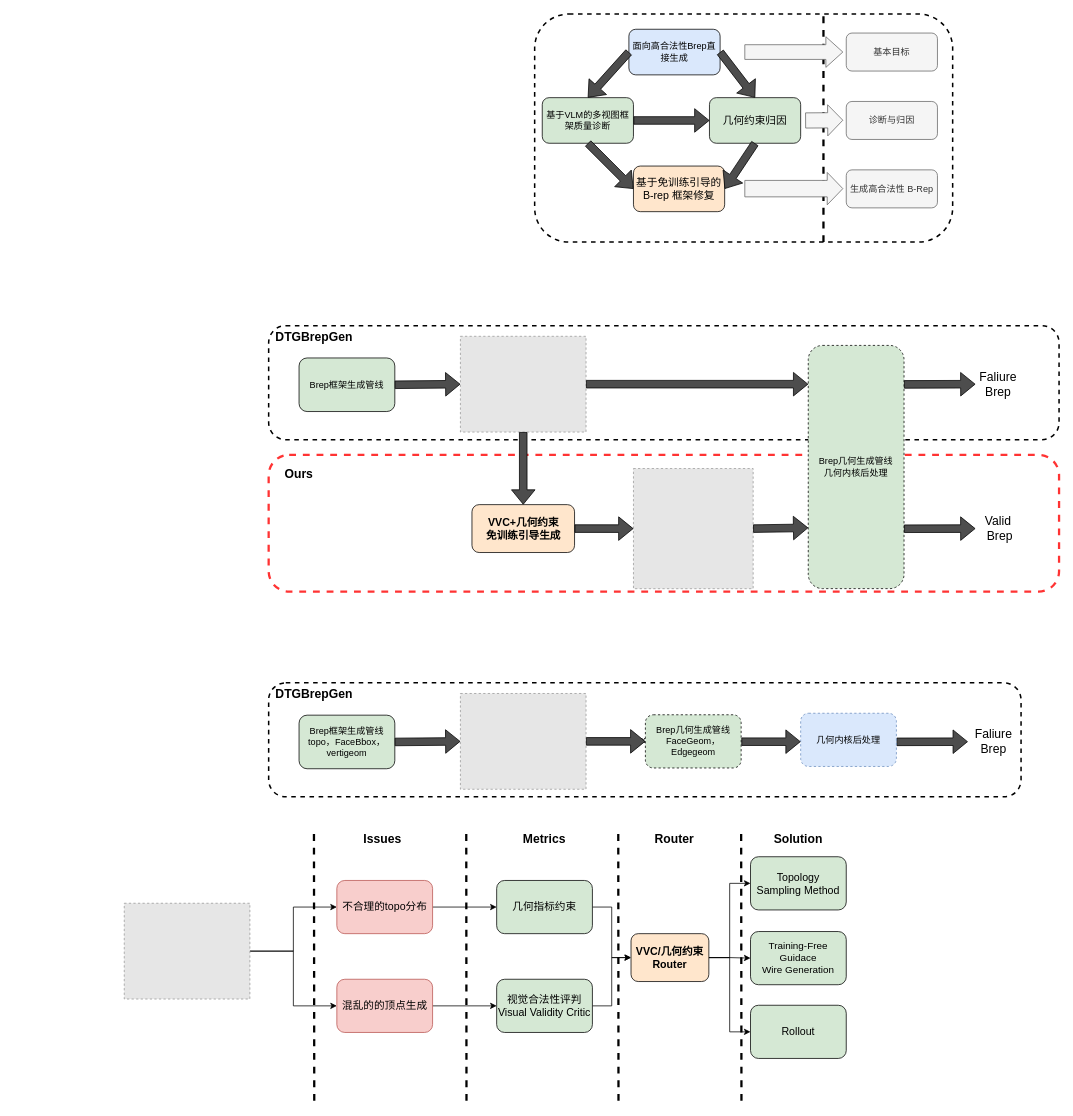
This is 研究生开题报告.drawio from spaceboy202105/img, a draw.io file, before an edit. Source tidied: cells renumbered, new cells numbered last; positions are measured from the earlier drawing's top-left corner, leaving out a move shared by most shapes. Both pictures are drawn from the tidied source at 76%, with x=0, y=0 at pixel (124, 14). Pictures stored in the file or linked from it are replaced by grey dashed boxes.
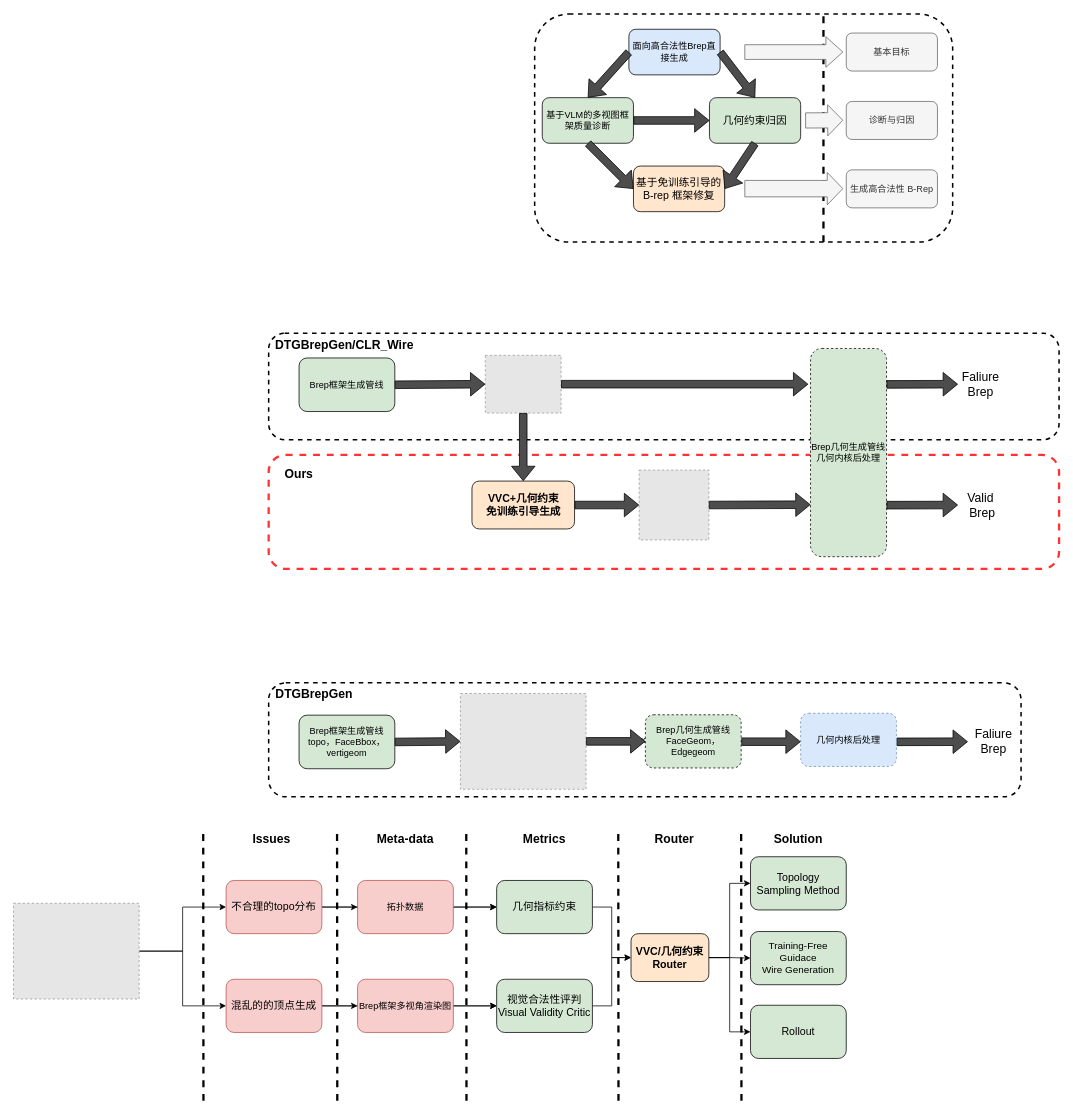
After the change.

Commit message (it also covers changes not shown here):
更新研究生开题报告.drawio

Unchanged cells that the change refers to:
```xml
<mxCell id="56" value="&lt;font style=&quot;font-size: 14px;&quot;&gt;几何指标约束&lt;/font&gt;" style="rounded=1;whiteSpace=wrap;html=1;fillColor=#d5e8d4;strokeColor=#000000;" parent="1" vertex="1">
  <mxGeometry x="490" y="1140" width="126" height="70" as="geometry" />
</mxCell>
<mxCell id="58" value="&lt;font style=&quot;font-size: 14px;&quot;&gt;视觉合法性评判&lt;br&gt;Visual Validity Critic&lt;/font&gt;" style="rounded=1;whiteSpace=wrap;html=1;fillColor=#d5e8d4;strokeColor=#000000;" parent="1" vertex="1">
  <mxGeometry x="490" y="1270" width="126" height="70" as="geometry" />
</mxCell>
```

What changed in the source:
```diff
@@
     <mxCell id="2" style="rounded=1;whiteSpace=wrap;html=1;fillColor=none;strokeColor=#000000;dashed=1;strokeWidth=2;" parent="1" vertex="1">
-      <mxGeometry x="190" y="410" width="1040" height="150" as="geometry" />
+      <mxGeometry x="190" y="420" width="1040" height="140" as="geometry" />
     </mxCell>
     <mxCell id="3" style="rounded=1;whiteSpace=wrap;html=1;fillColor=none;strokeColor=#FF3333;dashed=1;strokeWidth=3;" parent="1" vertex="1">
-      <mxGeometry x="190" y="580" width="1040" height="180" as="geometry" />
+      <mxGeometry x="190" y="580" width="1040" height="150" as="geometry" />
     </mxCell>
@@
     <mxCell id="22" style="fillColor=#E6E6E6;strokeColor=#999999;dashed=1;verticalLabelPosition=bottom;labelBackgroundColor=default;verticalAlign=top;" parent="1" vertex="1">
-      <mxGeometry x="442.3" y="424" width="165.3" height="126" as="geometry" />
+      <mxGeometry x="475.1" y="449" width="99.7" height="76" as="geometry" />
     </mxCell>
     <mxCell id="23" style="fillColor=#E6E6E6;strokeColor=#999999;dashed=1;verticalLabelPosition=bottom;labelBackgroundColor=default;verticalAlign=top;" parent="1" vertex="1">
-      <mxGeometry x="670" y="598" width="157.5" height="158.1" as="geometry" />
+      <mxGeometry x="677.5" y="600" width="91.7" height="92" as="geometry" />
     </mxCell>
     <mxCell id="24" value="&lt;div style=&quot;&quot;&gt;&lt;span style=&quot;background-color: transparent; color: light-dark(rgb(0, 0, 0), rgb(255, 255, 255)); font-size: 14px;&quot;&gt;&lt;font face=&quot;宋体&quot;&gt;&lt;b&gt;VVC+几何约束&lt;/b&gt;&lt;/font&gt;&lt;/span&gt;&lt;/div&gt;&lt;div style=&quot;&quot;&gt;&lt;span style=&quot;background-color: transparent; color: light-dark(rgb(0, 0, 0), rgb(255, 255, 255)); font-size: 14px;&quot;&gt;&lt;font face=&quot;宋体&quot;&gt;&lt;b&gt;免训练引导生成&lt;/b&gt;&lt;/font&gt;&lt;/span&gt;&lt;/div&gt;" style="rounded=1;whiteSpace=wrap;html=1;fillColor=#ffe6cc;strokeColor=#000000;align=center;" parent="1" vertex="1">
-      <mxGeometry x="457.5" y="645.5" width="135" height="63" as="geometry" />
+      <mxGeometry x="457.5" y="614.5" width="135" height="63" as="geometry" />
     </mxCell>
@@
     <mxCell id="28" value="Brep几何生成管线&lt;div&gt;几何内核后处理&lt;/div&gt;" style="rounded=1;whiteSpace=wrap;html=1;fillColor=#d5e8d4;strokeColor=#000000;dashed=1;" parent="1" vertex="1">
-      <mxGeometry x="900" y="436" width="126" height="320" as="geometry" />
+      <mxGeometry x="903" y="440" width="100" height="274" as="geometry" />
     </mxCell>
@@
-    <mxCell id="32" value="&lt;font style=&quot;font-size: 16px;&quot;&gt;&lt;b&gt;DTGBrepGen&lt;/b&gt;&lt;/font&gt;" style="text;html=1;whiteSpace=wrap;strokeColor=none;fillColor=none;align=center;verticalAlign=middle;rounded=0;" parent="1" vertex="1">
-      <mxGeometry x="220" y="410" width="60" height="30" as="geometry" />
+    <mxCell id="32" value="&lt;font style=&quot;font-size: 16px;&quot;&gt;&lt;b&gt;DTGBrepGen/CLR_Wire&lt;/b&gt;&lt;/font&gt;" style="text;html=1;whiteSpace=wrap;strokeColor=none;fillColor=none;align=center;verticalAlign=middle;rounded=0;" parent="1" vertex="1">
+      <mxGeometry x="260" y="420" width="60" height="30" as="geometry" />
     </mxCell>
     <mxCell id="33" value="&lt;font style=&quot;font-size: 16px;&quot;&gt;Faliure Brep&lt;/font&gt;" style="text;html=1;whiteSpace=wrap;strokeColor=none;fillColor=none;align=center;verticalAlign=middle;rounded=0;" parent="1" vertex="1">
-      <mxGeometry x="1120" y="472" width="60" height="30" as="geometry" />
+      <mxGeometry x="1097" y="472" width="60" height="30" as="geometry" />
     </mxCell>
     <mxCell id="34" style="shape=flexArrow;endArrow=classic;html=1;rounded=0;fillColor=#4D4D4D;exitX=1;exitY=0.5;exitDx=0;exitDy=0;entryX=0;entryY=0.5;entryDx=0;entryDy=0;" parent="1" edge="1" target="33">
       <mxGeometry relative="1" as="geometry">
-        <mxPoint x="1026" y="487.3" as="sourcePoint" />
+        <mxPoint x="1003" y="487.3" as="sourcePoint" />
       </mxGeometry>
     </mxCell>
     <mxCell id="35" value="&lt;div&gt;&lt;span style=&quot;font-size: 16px;&quot;&gt;Valid&lt;/span&gt;&lt;/div&gt;&lt;font style=&quot;font-size: 16px;&quot;&gt;&amp;nbsp;Brep&lt;/font&gt;" style="text;html=1;whiteSpace=wrap;strokeColor=none;fillColor=none;align=center;verticalAlign=middle;rounded=0;" parent="1" vertex="1">
-      <mxGeometry x="1120" y="662" width="60" height="30" as="geometry" />
+      <mxGeometry x="1097" y="631" width="60" height="30" as="geometry" />
     </mxCell>
     <mxCell id="36" style="shape=flexArrow;endArrow=classic;html=1;rounded=0;fillColor=#4D4D4D;exitX=1;exitY=0.5;exitDx=0;exitDy=0;entryX=0;entryY=0.5;entryDx=0;entryDy=0;" parent="1" edge="1" target="35">
       <mxGeometry relative="1" as="geometry">
-        <mxPoint x="1026" y="677.2" as="sourcePoint" />
+        <mxPoint x="1003" y="646.2" as="sourcePoint" />
       </mxGeometry>
     </mxCell>
@@
     <mxCell id="50" style="fillColor=#E6E6E6;strokeColor=#999999;dashed=1;verticalLabelPosition=bottom;labelBackgroundColor=default;verticalAlign=top;" parent="1" vertex="1">
-      <mxGeometry y="1170" width="165.3" height="126" as="geometry" />
+      <mxGeometry x="-145.7" y="1170" width="165.3" height="126" as="geometry" />
     </mxCell>
+    <mxCell id="74" style="edgeStyle=orthogonalEdgeStyle;rounded=0;jettySize=auto;html=1;" parent="1" edge="1" source="52" target="79">
+      <mxGeometry relative="1" as="geometry" />
+    </mxCell>
@@
     <mxCell id="52" value="&lt;font style=&quot;font-size: 14px;&quot;&gt;不合理的topo分布&lt;/font&gt;" style="rounded=1;whiteSpace=wrap;html=1;fillColor=#f8cecc;strokeColor=#b85450;" parent="1" vertex="1">
-      <mxGeometry x="279.7" y="1140" width="126" height="70" as="geometry" />
+      <mxGeometry x="134" y="1140" width="126" height="70" as="geometry" />
     </mxCell>
+    <mxCell id="75" style="edgeStyle=orthogonalEdgeStyle;rounded=0;jettySize=auto;html=1;" parent="1" edge="1" source="54" target="81">
+      <mxGeometry relative="1" as="geometry" />
+    </mxCell>
@@
     <mxCell id="54" value="&lt;font style=&quot;font-size: 14px;&quot;&gt;混乱的的顶点生成&lt;/font&gt;" style="rounded=1;whiteSpace=wrap;html=1;fillColor=#f8cecc;strokeColor=#b85450;" parent="1" vertex="1">
-      <mxGeometry x="279.7" y="1270" width="126" height="70" as="geometry" />
+      <mxGeometry x="134" y="1270" width="126" height="70" as="geometry" />
     </mxCell>
@@
     <mxCell id="67" style="endArrow=none;dashed=1;html=1;rounded=0;exitX=0.75;exitY=1;exitDx=0;exitDy=0;strokeWidth=3;" parent="1" edge="1">
       <mxGeometry relative="1" as="geometry">
-        <mxPoint x="250" y="1430" as="sourcePoint" />
-        <mxPoint x="249.6" y="1070" as="targetPoint" />
+        <mxPoint x="104.2" y="1430" as="sourcePoint" />
+        <mxPoint x="103.9" y="1070" as="targetPoint" />
       </mxGeometry>
     </mxCell>
@@
     <mxCell id="70" value="&lt;font style=&quot;font-size: 16px;&quot;&gt;&lt;b&gt;Issues&lt;/b&gt;&lt;/font&gt;" style="text;html=1;whiteSpace=wrap;strokeColor=none;fillColor=none;align=center;verticalAlign=middle;rounded=0;" parent="1" vertex="1">
-      <mxGeometry x="310" y="1070" width="60" height="30" as="geometry" />
+      <mxGeometry x="164.3" y="1070" width="60" height="30" as="geometry" />
     </mxCell>
@@
+    <mxCell id="76" style="endArrow=none;dashed=1;html=1;rounded=0;exitX=0.75;exitY=1;exitDx=0;exitDy=0;strokeWidth=3;" parent="1" edge="1">
+      <mxGeometry relative="1" as="geometry">
+        <mxPoint x="280.3" y="1430" as="sourcePoint" />
+        <mxPoint x="280" y="1070" as="targetPoint" />
+      </mxGeometry>
+    </mxCell>
+    <mxCell id="77" value="&lt;span style=&quot;font-size: 16px;&quot;&gt;&lt;b&gt;Meta-data&lt;/b&gt;&lt;/span&gt;" style="text;html=1;whiteSpace=wrap;strokeColor=none;fillColor=none;align=center;verticalAlign=middle;rounded=0;" parent="1" vertex="1">
+      <mxGeometry x="330" y="1070" width="80" height="30" as="geometry" />
+    </mxCell>
+    <mxCell id="78" style="edgeStyle=orthogonalEdgeStyle;rounded=0;jettySize=auto;html=1;" parent="1" edge="1" source="79" target="56">
+      <mxGeometry relative="1" as="geometry" />
+    </mxCell>
+    <mxCell id="79" value="拓扑数据" style="rounded=1;whiteSpace=wrap;html=1;fillColor=#f8cecc;strokeColor=#b85450;" parent="1" vertex="1">
+      <mxGeometry x="307" y="1140" width="126" height="70" as="geometry" />
+    </mxCell>
+    <mxCell id="80" style="edgeStyle=orthogonalEdgeStyle;rounded=0;jettySize=auto;html=1;" parent="1" edge="1" source="81" target="58">
+      <mxGeometry relative="1" as="geometry" />
+    </mxCell>
+    <mxCell id="81" value="Brep框架多视角渲染图" style="rounded=1;whiteSpace=wrap;html=1;fillColor=#f8cecc;strokeColor=#b85450;" parent="1" vertex="1">
+      <mxGeometry x="307" y="1270" width="126" height="70" as="geometry" />
+    </mxCell>
```
